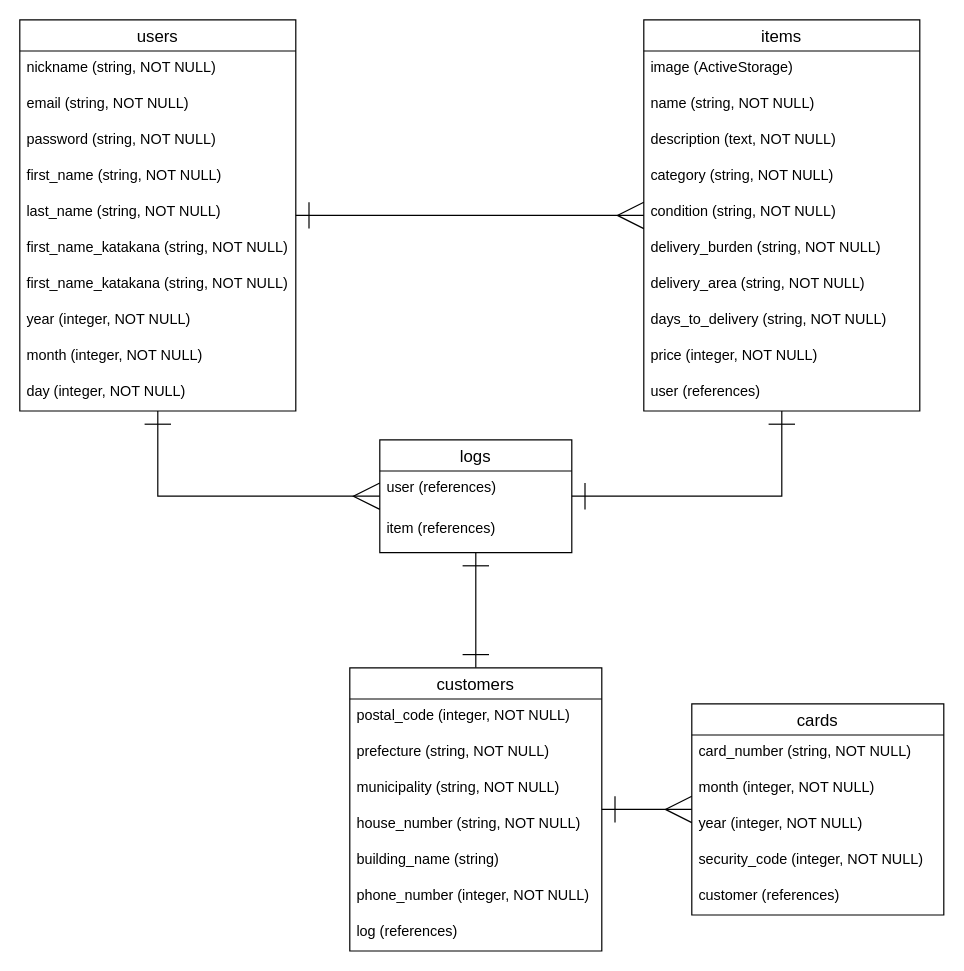
This is ER.dio from programen-gh/furima-33071, a draw.io file, before an edit. Source tidied: cells renumbered, new cells numbered last; positions are measured from the earlier drawing's top-left corner, leaving out a move shared by most shapes. Both pictures are drawn from the tidied source at 120%, with x=0, y=0 at pixel (19, 19).
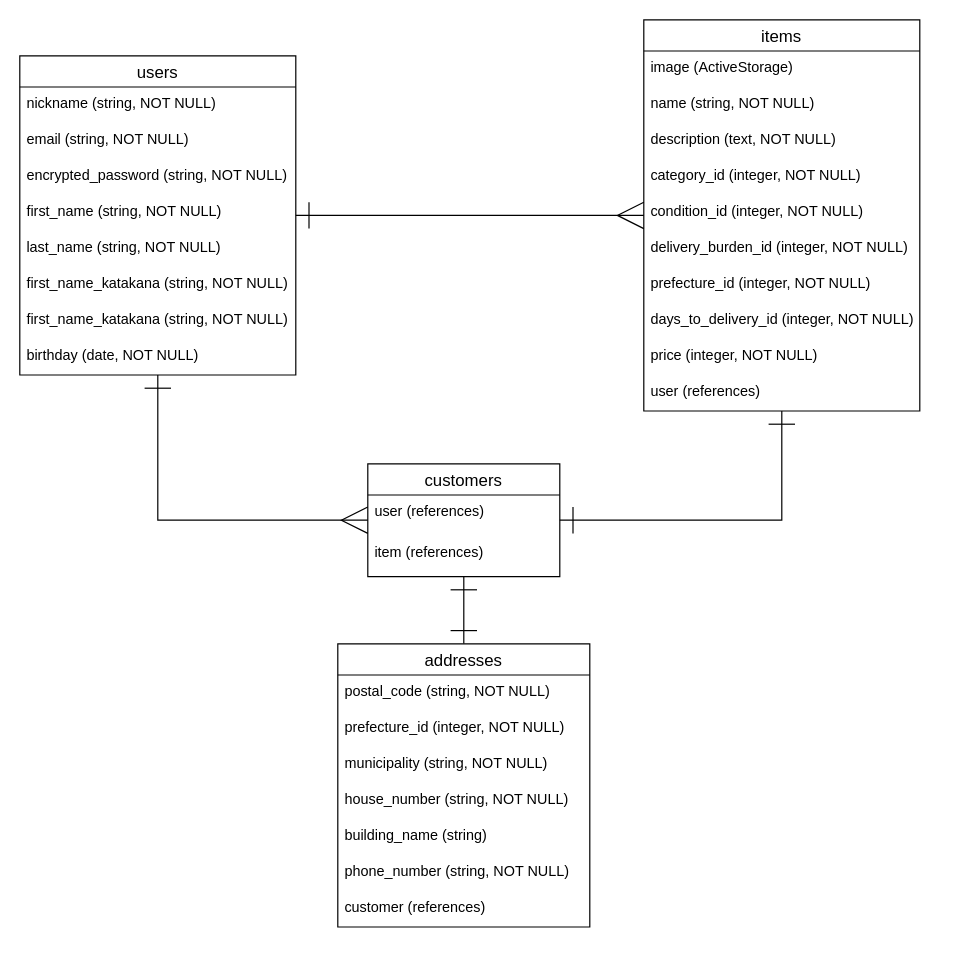
The same page after the edit.

Commit message (it also covers changes not shown here):
データベース設計の修正1

Unchanged cells that the change refers to:
```xml
<mxCell id="19" value="items" style="swimlane;fontStyle=0;horizontal=1;startSize=26;align=center;fontSize=14;" parent="1" vertex="1">
  <mxGeometry x="520" width="230" height="326" as="geometry" />
</mxCell>
```

The edit, as a diff of the source:
```diff
@@
-    <mxCell id="5" value="logs" style="swimlane;fontStyle=0;horizontal=1;startSize=26;align=center;fontSize=14;" parent="1" vertex="1">
-      <mxGeometry x="300" y="350" width="160" height="94" as="geometry" />
+    <mxCell id="5" value="customers" style="swimlane;fontStyle=0;horizontal=1;startSize=26;align=center;fontSize=14;" parent="1" vertex="1">
+      <mxGeometry x="290" y="370" width="160" height="94" as="geometry" />
     </mxCell>
@@
     <mxCell id="8" value="users" style="swimlane;fontStyle=0;horizontal=1;startSize=26;align=center;fontSize=14;" parent="1" vertex="1">
-      <mxGeometry width="230" height="326" as="geometry" />
+      <mxGeometry y="30" width="230" height="266" as="geometry" />
     </mxCell>
@@
-    <mxCell id="11" value="password (string, NOT NULL)" style="text;strokeColor=none;fillColor=none;spacingLeft=4;spacingRight=4;overflow=hidden;fontSize=12;" parent="8" vertex="1">
+    <mxCell id="11" value="encrypted_password (string, NOT NULL)" style="text;strokeColor=none;fillColor=none;spacingLeft=4;spacingRight=4;overflow=hidden;fontSize=12;" parent="8" vertex="1">
       <mxGeometry y="86" width="230" height="30" as="geometry" />
     </mxCell>
@@
-    <mxCell id="16" value="year (integer, NOT NULL)" style="text;strokeColor=none;fillColor=none;spacingLeft=4;spacingRight=4;overflow=hidden;fontSize=12;" parent="8" vertex="1">
+    <mxCell id="16" value="birthday (date, NOT NULL)" style="text;strokeColor=none;fillColor=none;spacingLeft=4;spacingRight=4;overflow=hidden;fontSize=12;" parent="8" vertex="1">
       <mxGeometry y="236" width="230" height="30" as="geometry" />
     </mxCell>
-    <mxCell id="17" value="month (integer, NOT NULL)" style="text;strokeColor=none;fillColor=none;spacingLeft=4;spacingRight=4;overflow=hidden;fontSize=12;" parent="8" vertex="1">
-      <mxGeometry y="266" width="230" height="30" as="geometry" />
-    </mxCell>
-    <mxCell id="18" value="day (integer, NOT NULL)" style="text;strokeColor=none;fillColor=none;spacingLeft=4;spacingRight=4;overflow=hidden;fontSize=12;" parent="8" vertex="1">
-      <mxGeometry y="296" width="230" height="30" as="geometry" />
-    </mxCell>
@@
-    <mxCell id="23" value="category (string, NOT NULL)" style="text;strokeColor=none;fillColor=none;spacingLeft=4;spacingRight=4;overflow=hidden;fontSize=12;" parent="19" vertex="1">
+    <mxCell id="23" value="category_id (integer, NOT NULL)" style="text;strokeColor=none;fillColor=none;spacingLeft=4;spacingRight=4;overflow=hidden;fontSize=12;" parent="19" vertex="1">
       <mxGeometry y="116" width="230" height="30" as="geometry" />
     </mxCell>
-    <mxCell id="24" value="condition (string, NOT NULL)" style="text;strokeColor=none;fillColor=none;spacingLeft=4;spacingRight=4;overflow=hidden;fontSize=12;" parent="19" vertex="1">
+    <mxCell id="24" value="condition_id (integer, NOT NULL)" style="text;strokeColor=none;fillColor=none;spacingLeft=4;spacingRight=4;overflow=hidden;fontSize=12;" parent="19" vertex="1">
       <mxGeometry y="146" width="230" height="30" as="geometry" />
     </mxCell>
-    <mxCell id="25" value="delivery_burden (string, NOT NULL)" style="text;strokeColor=none;fillColor=none;spacingLeft=4;spacingRight=4;overflow=hidden;fontSize=12;" parent="19" vertex="1">
+    <mxCell id="25" value="delivery_burden_id (integer, NOT NULL)" style="text;strokeColor=none;fillColor=none;spacingLeft=4;spacingRight=4;overflow=hidden;fontSize=12;" parent="19" vertex="1">
       <mxGeometry y="176" width="230" height="30" as="geometry" />
     </mxCell>
-    <mxCell id="26" value="delivery_area (string, NOT NULL)" style="text;strokeColor=none;fillColor=none;spacingLeft=4;spacingRight=4;overflow=hidden;fontSize=12;" parent="19" vertex="1">
+    <mxCell id="26" value="prefecture_id (integer, NOT NULL)" style="text;strokeColor=none;fillColor=none;spacingLeft=4;spacingRight=4;overflow=hidden;fontSize=12;" parent="19" vertex="1">
       <mxGeometry y="206" width="230" height="30" as="geometry" />
     </mxCell>
-    <mxCell id="27" value="days_to_delivery (string, NOT NULL)" style="text;strokeColor=none;fillColor=none;spacingLeft=4;spacingRight=4;overflow=hidden;fontSize=12;" parent="19" vertex="1">
+    <mxCell id="27" value="days_to_delivery_id (integer, NOT NULL)" style="text;strokeColor=none;fillColor=none;spacingLeft=4;spacingRight=4;overflow=hidden;fontSize=12;" parent="19" vertex="1">
       <mxGeometry y="236" width="230" height="30" as="geometry" />
     </mxCell>
@@
-    <mxCell id="30" value="customers" style="swimlane;fontStyle=0;horizontal=1;startSize=26;align=center;fontSize=14;" parent="1" vertex="1">
-      <mxGeometry x="275" y="540" width="210" height="236" as="geometry" />
+    <mxCell id="30" value="addresses" style="swimlane;fontStyle=0;horizontal=1;startSize=26;align=center;fontSize=14;" parent="1" vertex="1">
+      <mxGeometry x="265" y="520" width="210" height="236" as="geometry" />
     </mxCell>
-    <mxCell id="31" value="postal_code (integer, NOT NULL)" style="text;strokeColor=none;fillColor=none;spacingLeft=4;spacingRight=4;overflow=hidden;fontSize=12;" parent="30" vertex="1">
+    <mxCell id="31" value="postal_code (string, NOT NULL)" style="text;strokeColor=none;fillColor=none;spacingLeft=4;spacingRight=4;overflow=hidden;fontSize=12;" parent="30" vertex="1">
       <mxGeometry y="26" width="210" height="30" as="geometry" />
     </mxCell>
-    <mxCell id="32" value="prefecture (string, NOT NULL)" style="text;strokeColor=none;fillColor=none;spacingLeft=4;spacingRight=4;overflow=hidden;fontSize=12;" parent="30" vertex="1">
+    <mxCell id="32" value="prefecture_id (integer, NOT NULL)" style="text;strokeColor=none;fillColor=none;spacingLeft=4;spacingRight=4;overflow=hidden;fontSize=12;" parent="30" vertex="1">
       <mxGeometry y="56" width="210" height="30" as="geometry" />
     </mxCell>
@@
-    <mxCell id="36" value="phone_number (integer, NOT NULL)" style="text;strokeColor=none;fillColor=none;spacingLeft=4;spacingRight=4;overflow=hidden;fontSize=12;" parent="30" vertex="1">
+    <mxCell id="36" value="phone_number (string, NOT NULL)" style="text;strokeColor=none;fillColor=none;spacingLeft=4;spacingRight=4;overflow=hidden;fontSize=12;" parent="30" vertex="1">
       <mxGeometry y="176" width="210" height="30" as="geometry" />
     </mxCell>
-    <mxCell id="37" value="log (references)" style="text;strokeColor=none;fillColor=none;spacingLeft=4;spacingRight=4;overflow=hidden;fontSize=12;" parent="30" vertex="1">
+    <mxCell id="37" value="customer (references)" style="text;strokeColor=none;fillColor=none;spacingLeft=4;spacingRight=4;overflow=hidden;fontSize=12;" parent="30" vertex="1">
       <mxGeometry y="206" width="210" height="30" as="geometry" />
     </mxCell>
-    <mxCell id="38" value="cards" style="swimlane;fontStyle=0;horizontal=1;startSize=26;align=center;fontSize=14;" parent="1" vertex="1">
-      <mxGeometry x="560" y="570" width="210" height="176" as="geometry" />
-    </mxCell>
-    <mxCell id="39" value="card_number (string, NOT NULL)" style="text;strokeColor=none;fillColor=none;spacingLeft=4;spacingRight=4;overflow=hidden;fontSize=12;" parent="38" vertex="1">
-      <mxGeometry y="26" width="210" height="30" as="geometry" />
-    </mxCell>
-    <mxCell id="40" value="month (integer, NOT NULL)" style="text;strokeColor=none;fillColor=none;spacingLeft=4;spacingRight=4;overflow=hidden;fontSize=12;" parent="38" vertex="1">
-      <mxGeometry y="56" width="210" height="30" as="geometry" />
-    </mxCell>
-    <mxCell id="41" value="year (integer, NOT NULL)" style="text;strokeColor=none;fillColor=none;spacingLeft=4;spacingRight=4;overflow=hidden;fontSize=12;" parent="38" vertex="1">
-      <mxGeometry y="86" width="210" height="30" as="geometry" />
-    </mxCell>
-    <mxCell id="42" value="security_code (integer, NOT NULL)" style="text;strokeColor=none;fillColor=none;spacingLeft=4;spacingRight=4;overflow=hidden;fontSize=12;" parent="38" vertex="1">
-      <mxGeometry y="116" width="210" height="30" as="geometry" />
-    </mxCell>
-    <mxCell id="43" value="customer (references)" style="text;strokeColor=none;fillColor=none;spacingLeft=4;spacingRight=4;overflow=hidden;fontSize=12;" parent="38" vertex="1">
-      <mxGeometry y="146" width="210" height="30" as="geometry" />
-    </mxCell>
@@
-    <mxCell id="45" style="edgeStyle=entityRelationEdgeStyle;fontSize=12;html=1;endArrow=ERmany;strokeWidth=1;endSize=20;startArrow=ERone;startFill=0;startSize=20;endFill=0;" parent="1" edge="1" source="30" target="38">
-      <mxGeometry relative="1" as="geometry" />
-    </mxCell>
```
